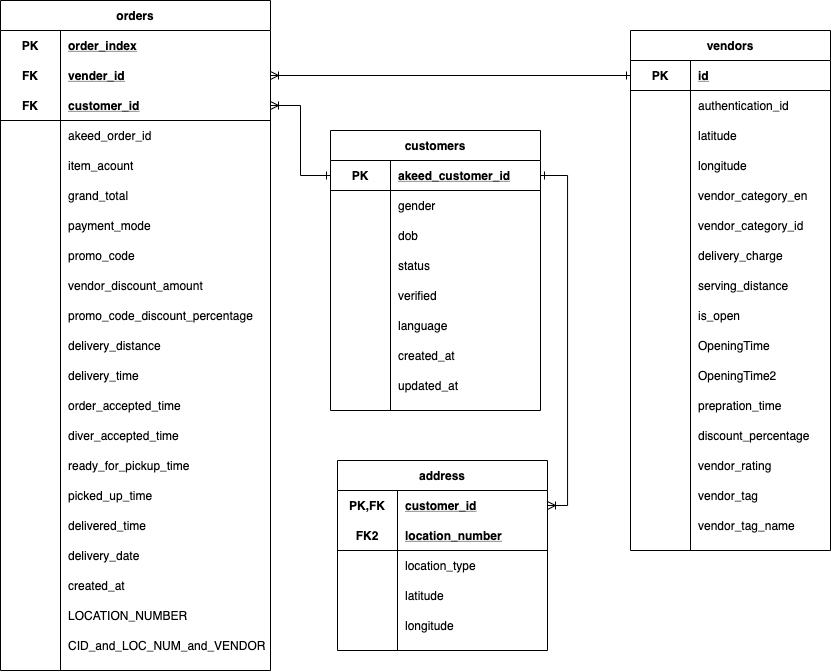
This is restaurant.png from Griffin731/COMP5000, a draw.io export, as it was before one commit. Source tidied: cells renumbered, new cells last; positions are measured from the earlier drawing's top-left corner, leaving out a move shared by most shapes.
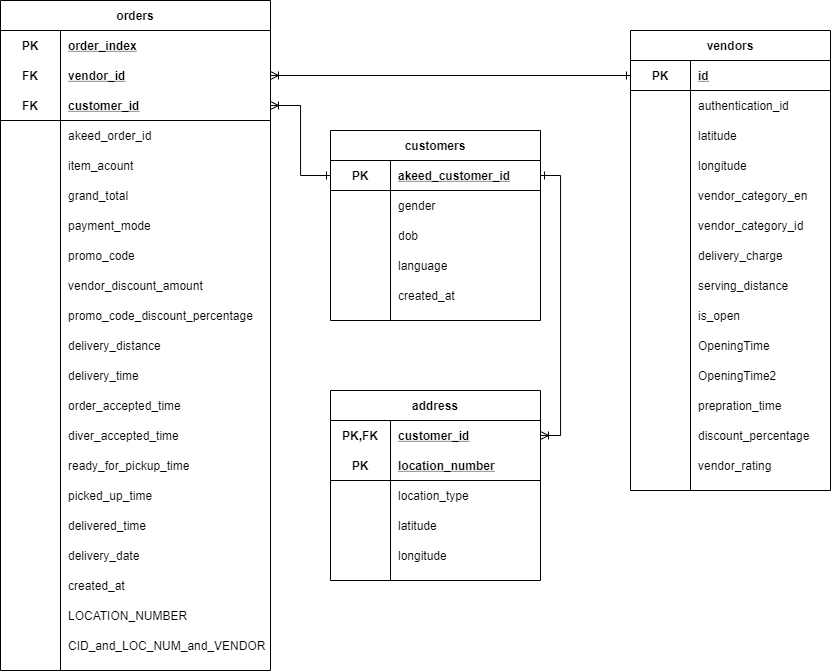
The same file after the commit.

Diff of the diagram source:
```diff
@@ -3,7 +3,7 @@
     <mxCell id="0" />
     <mxCell id="1" parent="0" />
     <mxCell id="2" value="customers" style="shape=table;startSize=30;rowLines=0;fontStyle=1;align=center;" parent="1" vertex="1">
-      <mxGeometry x="330" y="130" width="210" height="280" as="geometry" />
+      <mxGeometry x="330" y="130" width="210" height="190" as="geometry" />
     </mxCell>
     <mxCell id="3" style="shape=partialRectangle;fillColor=none;top=0;left=0;bottom=1;right=0;points=[[0,0.5],[1,0.5]];portConstraint=eastwest;" parent="2" vertex="1">
       <mxGeometry y="30" width="210" height="30" as="geometry" />
@@ -32,26 +32,8 @@
     <mxCell id="11" value="dob" style="shape=partialRectangle;fillColor=none;top=0;left=0;bottom=0;right=0;align=left;spacingLeft=6;overflow=hidden;" parent="9" vertex="1">
       <mxGeometry x="60" width="150" height="30" as="geometry" />
     </mxCell>
-    <mxCell id="12" style="shape=partialRectangle;fillColor=none;top=0;left=0;bottom=0;right=0;" parent="2" vertex="1">
-      <mxGeometry y="120" width="210" height="30" as="geometry" />
-    </mxCell>
-    <mxCell id="13" style="shape=partialRectangle;fillColor=none;top=0;left=0;bottom=0;right=0;overflow=hidden;" parent="12" vertex="1">
-      <mxGeometry width="60" height="30" as="geometry" />
-    </mxCell>
-    <mxCell id="14" value="status" style="shape=partialRectangle;fillColor=none;top=0;left=0;bottom=0;right=0;align=left;spacingLeft=6;overflow=hidden;" parent="12" vertex="1">
-      <mxGeometry x="60" width="150" height="30" as="geometry" />
-    </mxCell>
-    <mxCell id="15" style="shape=partialRectangle;fillColor=none;top=0;left=0;bottom=0;right=0;" parent="2" vertex="1">
-      <mxGeometry y="150" width="210" height="30" as="geometry" />
-    </mxCell>
-    <mxCell id="16" style="shape=partialRectangle;fillColor=none;top=0;left=0;bottom=0;right=0;overflow=hidden;" parent="15" vertex="1">
-      <mxGeometry width="60" height="30" as="geometry" />
-    </mxCell>
-    <mxCell id="17" value="verified" style="shape=partialRectangle;fillColor=none;top=0;left=0;bottom=0;right=0;align=left;spacingLeft=6;overflow=hidden;" parent="15" vertex="1">
-      <mxGeometry x="60" width="150" height="30" as="geometry" />
-    </mxCell>
     <mxCell id="18" style="shape=partialRectangle;fillColor=none;top=0;left=0;bottom=0;right=0;" parent="2" vertex="1">
-      <mxGeometry y="180" width="210" height="30" as="geometry" />
+      <mxGeometry y="120" width="210" height="30" as="geometry" />
     </mxCell>
     <mxCell id="19" style="shape=partialRectangle;fillColor=none;top=0;left=0;bottom=0;right=0;overflow=hidden;" parent="18" vertex="1">
       <mxGeometry width="60" height="30" as="geometry" />
@@ -60,7 +42,7 @@
       <mxGeometry x="60" width="150" height="30" as="geometry" />
     </mxCell>
     <mxCell id="21" style="shape=partialRectangle;fillColor=none;top=0;left=0;bottom=0;right=0;" parent="2" vertex="1">
-      <mxGeometry y="210" width="210" height="30" as="geometry" />
+      <mxGeometry y="150" width="210" height="30" as="geometry" />
     </mxCell>
     <mxCell id="22" style="shape=partialRectangle;fillColor=none;top=0;left=0;bottom=0;right=0;overflow=hidden;" parent="21" vertex="1">
       <mxGeometry width="60" height="30" as="geometry" />
@@ -68,15 +50,6 @@
     <mxCell id="23" value="created_at" style="shape=partialRectangle;fillColor=none;top=0;left=0;bottom=0;right=0;align=left;spacingLeft=6;overflow=hidden;" parent="21" vertex="1">
       <mxGeometry x="60" width="150" height="30" as="geometry" />
     </mxCell>
-    <mxCell id="24" style="shape=partialRectangle;fillColor=none;top=0;left=0;bottom=0;right=0;" parent="2" vertex="1">
-      <mxGeometry y="240" width="210" height="30" as="geometry" />
-    </mxCell>
-    <mxCell id="25" style="shape=partialRectangle;fillColor=none;top=0;left=0;bottom=0;right=0;overflow=hidden;" parent="24" vertex="1">
-      <mxGeometry width="60" height="30" as="geometry" />
-    </mxCell>
-    <mxCell id="26" value="updated_at" style="shape=partialRectangle;fillColor=none;top=0;left=0;bottom=0;right=0;align=left;spacingLeft=6;overflow=hidden;" parent="24" vertex="1">
-      <mxGeometry x="60" width="150" height="30" as="geometry" />
-    </mxCell>
     <mxCell id="27" value="orders" style="shape=table;startSize=30;rowLines=0;fontStyle=1;align=center;" parent="1" vertex="1">
       <mxGeometry width="270" height="670" as="geometry" />
     </mxCell>
@@ -95,7 +68,7 @@
     <mxCell id="32" value="FK" style="shape=partialRectangle;fillColor=none;top=0;left=0;bottom=0;right=0;fontStyle=1;overflow=hidden;" parent="31" vertex="1">
       <mxGeometry width="60" height="30" as="geometry" />
     </mxCell>
-    <mxCell id="33" value="vender_id" style="shape=partialRectangle;fillColor=none;top=0;left=0;bottom=0;right=0;align=left;spacingLeft=6;fontStyle=5;overflow=hidden;" parent="31" vertex="1">
+    <mxCell id="33" value="vendor_id" style="shape=partialRectangle;fillColor=none;top=0;left=0;bottom=0;right=0;align=left;spacingLeft=6;fontStyle=5;overflow=hidden;" parent="31" vertex="1">
       <mxGeometry x="60" width="210" height="30" as="geometry" />
     </mxCell>
     <mxCell id="34" style="shape=partialRectangle;fillColor=none;top=0;left=0;bottom=1;right=0;points=[[0,0.5],[1,0.5]];portConstraint=eastwest;" parent="27" vertex="1">
@@ -270,7 +243,7 @@
       <mxGeometry x="60" width="210" height="30" as="geometry" />
     </mxCell>
     <mxCell id="91" value="vendors" style="shape=table;startSize=30;rowLines=0;fontStyle=1;align=center;" parent="1" vertex="1">
-      <mxGeometry x="630" y="30" width="200" height="520" as="geometry" />
+      <mxGeometry x="630" y="30" width="200" height="460" as="geometry" />
     </mxCell>
     <mxCell id="92" style="shape=partialRectangle;fillColor=none;top=0;left=0;bottom=1;right=0;points=[[0,0.5],[1,0.5]];portConstraint=eastwest;" parent="91" vertex="1">
       <mxGeometry y="30" width="200" height="30" as="geometry" />
@@ -398,24 +371,6 @@
     <mxCell id="133" value="vendor_rating" style="shape=partialRectangle;fillColor=none;top=0;left=0;bottom=0;right=0;align=left;spacingLeft=6;overflow=hidden;" parent="131" vertex="1">
       <mxGeometry x="60" width="140" height="30" as="geometry" />
     </mxCell>
-    <mxCell id="134" style="shape=partialRectangle;fillColor=none;top=0;left=0;bottom=0;right=0;" parent="91" vertex="1">
-      <mxGeometry y="450" width="200" height="30" as="geometry" />
-    </mxCell>
-    <mxCell id="135" style="shape=partialRectangle;fillColor=none;top=0;left=0;bottom=0;right=0;overflow=hidden;" parent="134" vertex="1">
-      <mxGeometry width="60" height="30" as="geometry" />
-    </mxCell>
-    <mxCell id="136" value="vendor_tag" style="shape=partialRectangle;fillColor=none;top=0;left=0;bottom=0;right=0;align=left;spacingLeft=6;overflow=hidden;" parent="134" vertex="1">
-      <mxGeometry x="60" width="140" height="30" as="geometry" />
-    </mxCell>
-    <mxCell id="137" style="shape=partialRectangle;fillColor=none;top=0;left=0;bottom=0;right=0;" parent="91" vertex="1">
-      <mxGeometry y="480" width="200" height="30" as="geometry" />
-    </mxCell>
-    <mxCell id="138" style="shape=partialRectangle;fillColor=none;top=0;left=0;bottom=0;right=0;overflow=hidden;" parent="137" vertex="1">
-      <mxGeometry width="60" height="30" as="geometry" />
-    </mxCell>
-    <mxCell id="139" value="vendor_tag_name" style="shape=partialRectangle;fillColor=none;top=0;left=0;bottom=0;right=0;align=left;spacingLeft=6;overflow=hidden;" parent="137" vertex="1">
-      <mxGeometry x="60" width="140" height="30" as="geometry" />
-    </mxCell>
     <mxCell id="140" style="edgeStyle=orthogonalEdgeStyle;rounded=0;jettySize=auto;html=1;entryX=1;entryY=0.5;entryDx=0;entryDy=0;startArrow=ERone;startFill=0;endArrow=ERoneToMany;endFill=0;" parent="1" edge="1" target="34">
       <mxGeometry relative="1" as="geometry" />
     </mxCell>
@@ -423,7 +378,7 @@
       <mxGeometry relative="1" as="geometry" />
     </mxCell>
     <mxCell id="142" value="address" style="shape=table;startSize=30;rowLines=0;fontStyle=1;align=center;" parent="1" vertex="1">
-      <mxGeometry x="337" y="460" width="210" height="190" as="geometry" />
+      <mxGeometry x="330" y="390" width="210" height="190" as="geometry" />
     </mxCell>
     <mxCell id="143" style="shape=partialRectangle;fillColor=none;top=0;left=0;bottom=0;right=0;points=[[0,0.5],[1,0.5]];portConstraint=eastwest;" parent="142" vertex="1">
       <mxGeometry y="30" width="210" height="30" as="geometry" />
@@ -437,7 +392,7 @@
     <mxCell id="146" style="shape=partialRectangle;fillColor=none;top=0;left=0;bottom=1;right=0;" parent="142" vertex="1">
       <mxGeometry y="60" width="210" height="30" as="geometry" />
     </mxCell>
-    <mxCell id="147" value="FK2" style="shape=partialRectangle;fillColor=none;top=0;left=0;bottom=0;right=0;fontStyle=1;overflow=hidden;" parent="146" vertex="1">
+    <mxCell id="147" value="PK" style="shape=partialRectangle;fillColor=none;top=0;left=0;bottom=0;right=0;fontStyle=1;overflow=hidden;" parent="146" vertex="1">
       <mxGeometry width="60" height="30" as="geometry" />
     </mxCell>
     <mxCell id="148" value="location_number" style="shape=partialRectangle;fillColor=none;top=0;left=0;bottom=0;right=0;align=left;spacingLeft=6;fontStyle=5;overflow=hidden;" parent="146" vertex="1">
```
